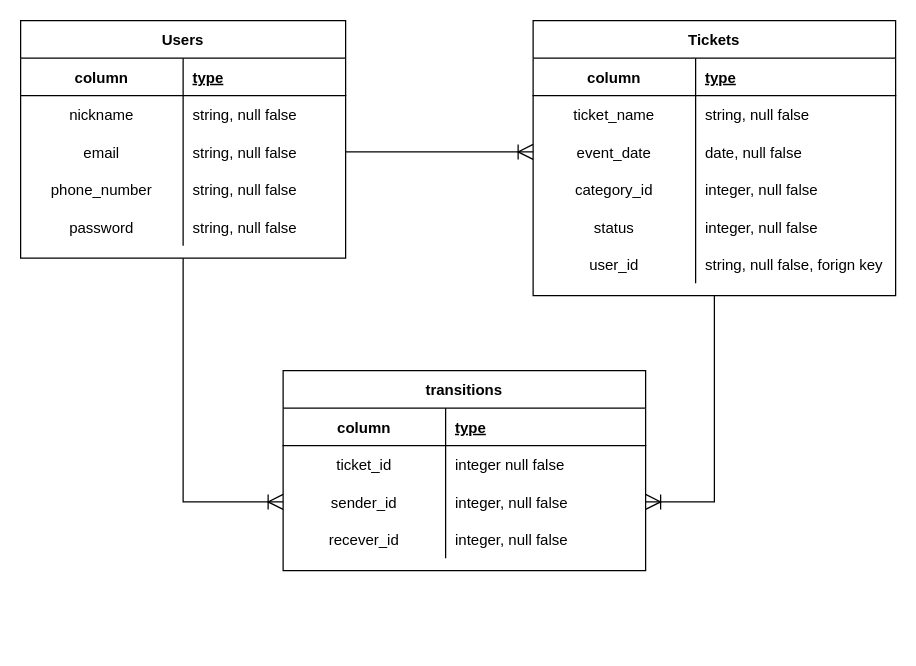
The draw.io diagram ticket_transfer_app.dio in yuyakawai0411/auth-ticket-transfer, before the edit. Source tidied: cells renumbered, new cells numbered last; positions are measured from the earlier drawing's top-left corner, leaving out a move shared by most shapes. Both pictures are drawn from the tidied source at 125%, with x=0, y=0 at pixel (20, 20).
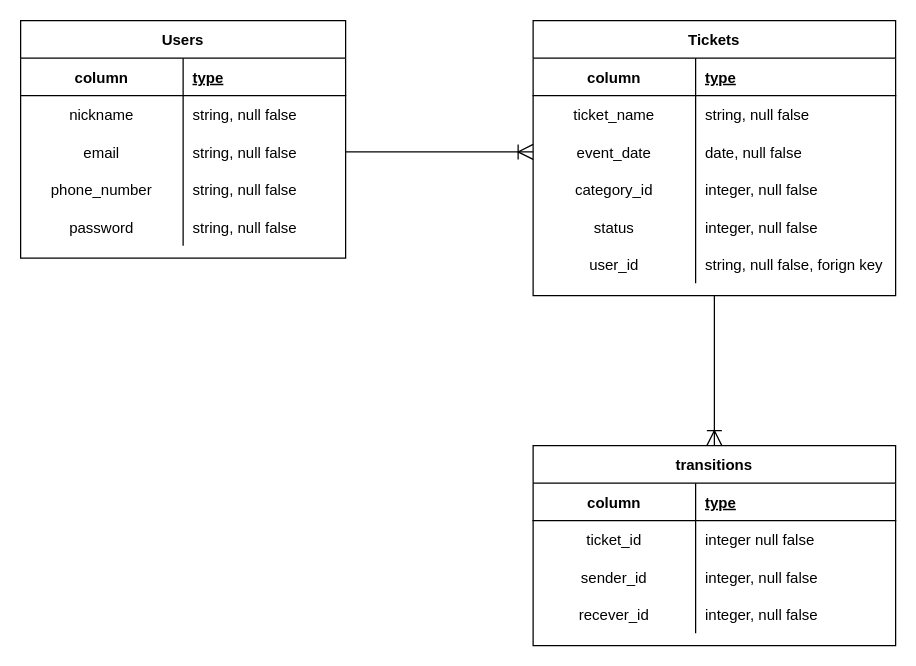
After the change.

The change refers to these unchanged cells:
```xml
<mxCell id="3" value="Users" style="shape=table;startSize=30;childLayout=tableLayout;rowLines=0;fontStyle=1;align=center;" parent="1" vertex="1">
  <mxGeometry width="260" height="190" as="geometry" />
</mxCell>
<mxCell id="20" value="Tickets" style="shape=table;startSize=30;childLayout=tableLayout;rowLines=0;fontStyle=1;align=center;" parent="1" vertex="1">
  <mxGeometry x="410" width="290" height="220" as="geometry" />
</mxCell>
<mxCell id="47" style="shape=partialRectangle;fillColor=none;top=0;left=0;bottom=0;right=0;points=[[0,0.5],[1,0.5]];portConstraint=eastwest;" parent="40" vertex="1">
  <mxGeometry y="90" width="290" height="30" as="geometry" />
</mxCell>
```

What changed in the source:
```diff
@@
-    <mxCell id="2" style="edgeStyle=orthogonalEdgeStyle;rounded=0;jettySize=auto;html=1;entryX=0;entryY=0.5;entryDx=0;entryDy=0;endArrow=ERoneToMany;endFill=0;startSize=10;endSize=10;" parent="1" edge="1" source="3" target="47">
-      <mxGeometry relative="1" as="geometry" />
-    </mxCell>
@@
-    <mxCell id="19" style="edgeStyle=orthogonalEdgeStyle;rounded=0;jettySize=auto;html=1;entryX=1;entryY=0.5;entryDx=0;entryDy=0;endArrow=ERoneToMany;endFill=0;startSize=10;endSize=10;" parent="1" edge="1" source="20" target="47">
+    <mxCell id="19" style="edgeStyle=orthogonalEdgeStyle;rounded=0;jettySize=auto;html=1;entryX=0.5;entryY=0;entryDx=0;entryDy=0;endArrow=ERoneToMany;endFill=0;startSize=10;endSize=10;" parent="1" edge="1" source="20" target="40">
       <mxGeometry relative="1" as="geometry" />
     </mxCell>
@@
     <mxCell id="40" value="transitions" style="shape=table;startSize=30;childLayout=tableLayout;rowLines=0;fontStyle=1;align=center;" parent="1" vertex="1">
-      <mxGeometry x="210" y="280" width="290" height="160" as="geometry" />
+      <mxGeometry x="410" y="340" width="290" height="160" as="geometry" />
     </mxCell>
```
